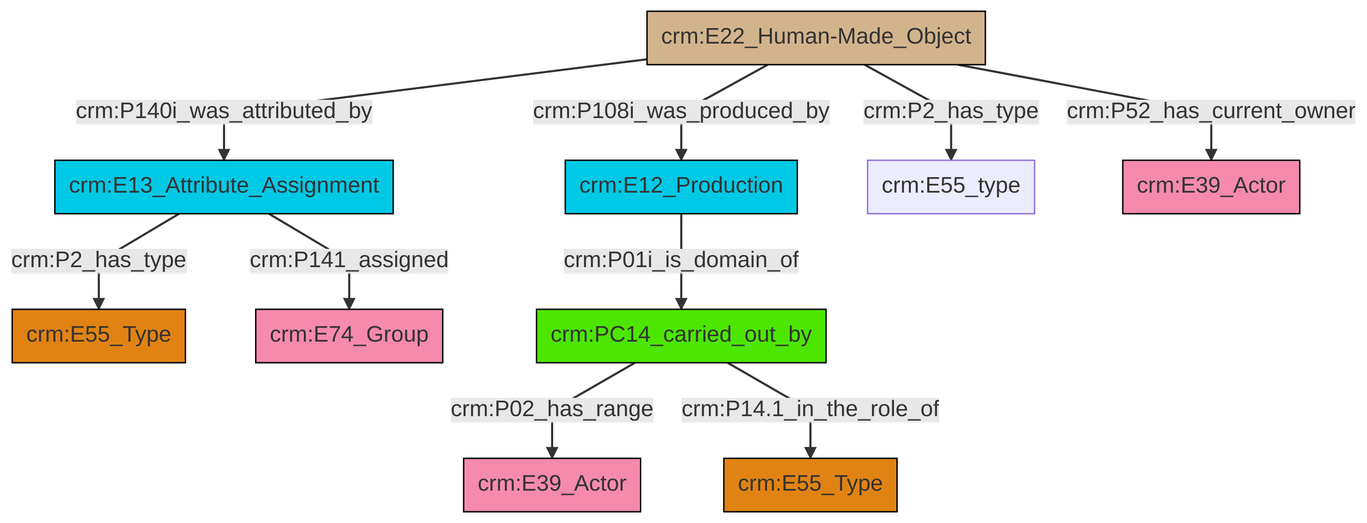
Above: et/builtWorkCSV/ttl/mmd/png/Built_Work_actor_relations.png in swiss-art-research-net/docs.swissartresearch (Mermaid), before the change. Its source is kept beside it as et/builtWorkCSV/ttl/mmd/Built_Work_actor_relations.ttl.mmd.
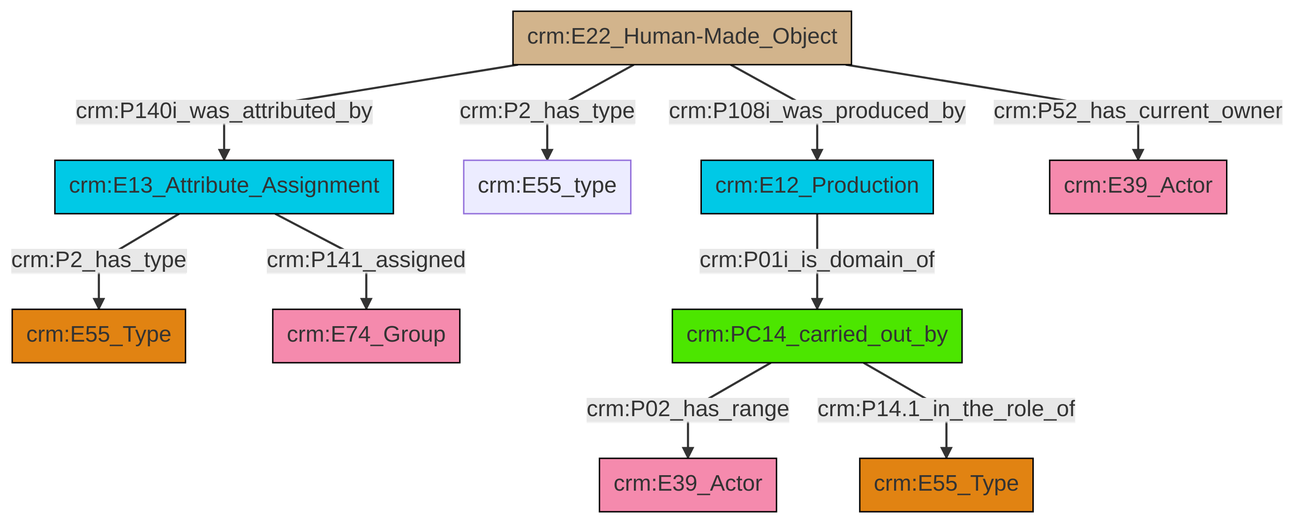
After the commit.

Diff of the diagram source:
```diff
@@ -13,12 +13,12 @@
 classDef PC_Classes fill:#4ce600, stroke:#000000;
 classDef Multi fill:#cccccc,stroke:#000000;
 
-2["crm:E13_Attribute_Assignment"]:::Temporal_Entity -->|crm:P2_has_type| 3["crm:E55_Type"]:::Type
-4["crm:E22_Human-Made_Object"]:::Physical_Thing -->|crm:P108i_was_produced_by| 5["crm:E12_Production"]:::Temporal_Entity
-2["crm:E13_Attribute_Assignment"]:::Temporal_Entity -->|crm:P141_assigned| 6["crm:E74_Group"]:::Actor
-12["crm:PC14_carried_out_by"]:::PC_Classes -->|crm:P02_has_range| 0["crm:E39_Actor"]:::Actor
-4["crm:E22_Human-Made_Object"]:::Physical_Thing -->|crm:P52_has_current_owner| 15["crm:E39_Actor"]:::Actor
-5["crm:E12_Production"]:::Temporal_Entity -->|crm:P01i_is_domain_of| 12["crm:PC14_carried_out_by"]:::PC_Classes
-4["crm:E22_Human-Made_Object"]:::Physical_Thing -->|crm:P140i_was_attributed_by| 2["crm:E13_Attribute_Assignment"]:::Temporal_Entity
-12["crm:PC14_carried_out_by"]:::PC_Classes -->|crm:P14.1_in_the_role_of| 10["crm:E55_Type"]:::Type
-4["crm:E22_Human-Made_Object"]:::Physical_Thing -->|crm:P2_has_type| 8["crm:E55_type"]:::Default
+4["crm:E22_Human-Made_Object"]:::Physical_Thing -->|crm:P140i_was_attributed_by| 5["crm:E13_Attribute_Assignment"]:::Temporal_Entity
+10["crm:PC14_carried_out_by"]:::PC_Classes -->|crm:P02_has_range| 11["crm:E39_Actor"]:::Actor
+5["crm:E13_Attribute_Assignment"]:::Temporal_Entity -->|crm:P141_assigned| 2["crm:E74_Group"]:::Actor
+5["crm:E13_Attribute_Assignment"]:::Temporal_Entity -->|crm:P2_has_type| 0["crm:E55_Type"]:::Type
+13["crm:E12_Production"]:::Temporal_Entity -->|crm:P01i_is_domain_of| 10["crm:PC14_carried_out_by"]:::PC_Classes
+4["crm:E22_Human-Made_Object"]:::Physical_Thing -->|crm:P108i_was_produced_by| 13["crm:E12_Production"]:::Temporal_Entity
+4["crm:E22_Human-Made_Object"]:::Physical_Thing -->|crm:P2_has_type| 6["crm:E55_type"]:::Default
+4["crm:E22_Human-Made_Object"]:::Physical_Thing -->|crm:P52_has_current_owner| 16["crm:E39_Actor"]:::Actor
+10["crm:PC14_carried_out_by"]:::PC_Classes -->|crm:P14.1_in_the_role_of| 8["crm:E55_Type"]:::Type
```
